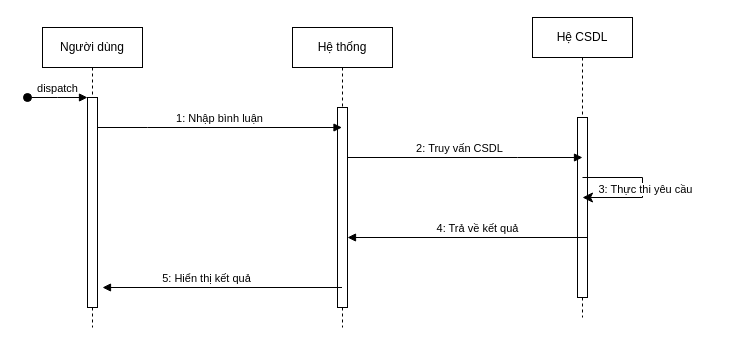
The draw.io diagram page "Bình luận" (3 of 7) of Sequence diagram.drawio in Graphene101102/Mern-app-X, before the edit. Source tidied: cells renumbered, new cells numbered last; positions are measured from the earlier drawing's top-left corner, leaving out a move shared by most shapes. Both pictures are drawn from the tidied source at 100%, with x=0, y=0 at pixel (27, 17).
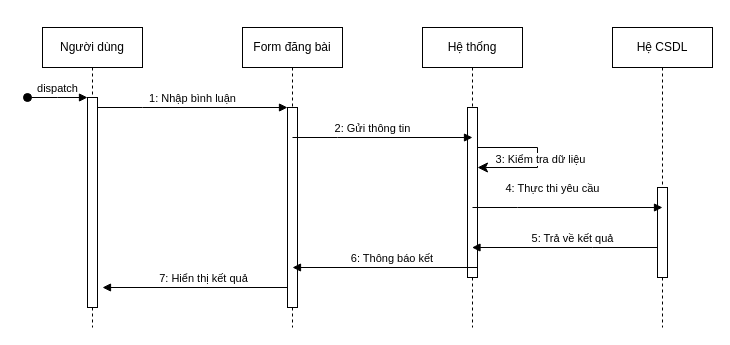
The same diagram, later.

Unchanged cells that the change refers to:
```xml
<mxCell id="3" style="html=1;points=[];perimeter=orthogonalPerimeter;outlineConnect=0;targetShapes=umlLifeline;portConstraint=eastwest;newEdgeStyle={&quot;edgeStyle&quot;:&quot;elbowEdgeStyle&quot;,&quot;elbow&quot;:&quot;vertical&quot;,&quot;curved&quot;:0,&quot;rounded&quot;:0};" parent="2" vertex="1">
  <mxGeometry x="45" y="70" width="10" height="210" as="geometry" />
</mxCell>
```

Diff of the diagram source:
```diff
@@
+    <mxCell id="15" value="Form đăng bài" style="shape=umlLifeline;perimeter=lifelinePerimeter;whiteSpace=wrap;html=1;newEdgeStyle={&quot;edgeStyle&quot;:&quot;elbowEdgeStyle&quot;,&quot;elbow&quot;:&quot;vertical&quot;,&quot;curved&quot;:0,&quot;rounded&quot;:0};" parent="1" vertex="1">
+      <mxGeometry x="215" y="10" width="100" height="300" as="geometry" />
+    </mxCell>
+    <mxCell id="8" style="html=1;points=[];perimeter=orthogonalPerimeter;outlineConnect=0;targetShapes=umlLifeline;portConstraint=eastwest;newEdgeStyle={&quot;edgeStyle&quot;:&quot;elbowEdgeStyle&quot;,&quot;elbow&quot;:&quot;vertical&quot;,&quot;curved&quot;:0,&quot;rounded&quot;:0};" parent="15" vertex="1">
+      <mxGeometry x="45" y="80" width="10" height="200" as="geometry" />
+    </mxCell>
+    <mxCell id="11" value="1: Nhập bình luận" style="html=1;verticalAlign=bottom;endArrow=block;edgeStyle=elbowEdgeStyle;elbow=vertical;curved=0;rounded=0;" parent="1" edge="1" source="3" target="8">
+      <mxGeometry relative="1" as="geometry">
+        <Array as="points">
+          <mxPoint x="115" y="90" />
+        </Array>
+      </mxGeometry>
+    </mxCell>
     <mxCell id="5" value="Hệ CSDL" style="shape=umlLifeline;perimeter=lifelinePerimeter;whiteSpace=wrap;html=1;newEdgeStyle={&quot;edgeStyle&quot;:&quot;elbowEdgeStyle&quot;,&quot;elbow&quot;:&quot;vertical&quot;,&quot;curved&quot;:0,&quot;rounded&quot;:0};" parent="1" vertex="1">
-      <mxGeometry x="505" width="100" height="300" as="geometry" />
+      <mxGeometry x="585" y="10" width="100" height="300" as="geometry" />
     </mxCell>
-    <mxCell id="6" style="html=1;perimeter=orthogonalPerimeter;targetShapes=umlLifeline;newEdgeStyle={&quot;edgeStyle&quot;:&quot;elbowEdgeStyle&quot;,&quot;elbow&quot;:&quot;vertical&quot;,&quot;curved&quot;:0,&quot;rounded&quot;:0};" parent="5" vertex="1">
-      <mxGeometry x="45" y="100" width="10" height="180" as="geometry" />
-    </mxCell>
+    <mxCell id="16" style="html=1;perimeter=orthogonalPerimeter;targetShapes=umlLifeline;newEdgeStyle={&quot;edgeStyle&quot;:&quot;elbowEdgeStyle&quot;,&quot;elbow&quot;:&quot;vertical&quot;,&quot;curved&quot;:0,&quot;rounded&quot;:0};" parent="5" vertex="1">
+      <mxGeometry x="45" y="160" width="10" height="90" as="geometry" />
+    </mxCell>
     <mxCell id="7" value="Hệ thống" style="shape=umlLifeline;perimeter=lifelinePerimeter;whiteSpace=wrap;html=1;outlineConnect=0;portConstraint=eastwest;newEdgeStyle={&quot;edgeStyle&quot;:&quot;elbowEdgeStyle&quot;,&quot;elbow&quot;:&quot;vertical&quot;,&quot;curved&quot;:0,&quot;rounded&quot;:0};" parent="1" vertex="1">
-      <mxGeometry x="265" y="10" width="100" height="300" as="geometry" />
+      <mxGeometry x="395" y="10" width="100" height="300" as="geometry" />
     </mxCell>
-    <mxCell id="8" style="html=1;points=[];perimeter=orthogonalPerimeter;outlineConnect=0;targetShapes=umlLifeline;portConstraint=eastwest;newEdgeStyle={&quot;edgeStyle&quot;:&quot;elbowEdgeStyle&quot;,&quot;elbow&quot;:&quot;vertical&quot;,&quot;curved&quot;:0,&quot;rounded&quot;:0};" parent="7" vertex="1">
-      <mxGeometry x="45" y="80" width="10" height="200" as="geometry" />
-    </mxCell>
-    <mxCell id="9" value="4: Trả về kết quả" style="html=1;verticalAlign=bottom;endArrow=block;edgeStyle=elbowEdgeStyle;elbow=vertical;curved=0;rounded=0;" parent="1" edge="1" target="8">
-      <mxGeometry x="-0.08" relative="1" as="geometry">
-        <mxPoint x="560.5" y="220" as="sourcePoint" />
-        <Array as="points">
-          <mxPoint x="495.5" y="220" />
-        </Array>
-      </mxGeometry>
-    </mxCell>
-    <mxCell id="10" value="5: Hiển thị kết quả" style="html=1;verticalAlign=bottom;endArrow=block;edgeStyle=elbowEdgeStyle;elbow=vertical;curved=0;rounded=0;" parent="1" edge="1" source="7">
-      <mxGeometry x="0.14" relative="1" as="geometry">
-        <mxPoint x="75" y="270" as="targetPoint" />
-        <Array as="points">
-          <mxPoint x="195.5" y="270" />
-        </Array>
-        <mxPoint x="1" as="offset" />
-      </mxGeometry>
-    </mxCell>
-    <mxCell id="11" value="1: Nhập bình luận" style="html=1;verticalAlign=bottom;endArrow=block;edgeStyle=elbowEdgeStyle;elbow=vertical;curved=0;rounded=0;" parent="1" edge="1" target="7">
-      <mxGeometry relative="1" as="geometry">
-        <mxPoint x="70" y="110" as="sourcePoint" />
-        <Array as="points">
-          <mxPoint x="120" y="110" />
-        </Array>
-      </mxGeometry>
-    </mxCell>
-    <mxCell id="12" value="2: Truy vấn CSDL" style="html=1;verticalAlign=bottom;endArrow=block;edgeStyle=elbowEdgeStyle;elbow=vertical;curved=0;rounded=0;" parent="1" edge="1" source="8">
-      <mxGeometry x="-0.05" relative="1" as="geometry">
-        <mxPoint x="555" y="140" as="targetPoint" />
-        <Array as="points">
-          <mxPoint x="490" y="140" />
-        </Array>
-      </mxGeometry>
-    </mxCell>
-    <mxCell id="13" style="edgeStyle=elbowEdgeStyle;elbow=horizontal;endArrow=classic;html=1;curved=0;rounded=0;endSize=8;startSize=8;" parent="1" edge="1">
-      <mxGeometry relative="1" as="geometry">
-        <mxPoint x="555" y="160" as="sourcePoint" />
-        <mxPoint x="555" y="180" as="targetPoint" />
-        <Array as="points">
-          <mxPoint x="615" y="175" />
-        </Array>
-      </mxGeometry>
-    </mxCell>
-    <mxCell id="14" value="3: Thực thi yêu cầu" style="edgeLabel;html=1;align=center;verticalAlign=middle;" parent="13" vertex="1">
-      <mxGeometry x="-0.09" y="2" relative="1" as="geometry">
-        <mxPoint y="7" as="offset" />
-      </mxGeometry>
-    </mxCell>
+    <mxCell id="17" style="html=1;perimeter=orthogonalPerimeter;targetShapes=umlLifeline;newEdgeStyle={&quot;edgeStyle&quot;:&quot;elbowEdgeStyle&quot;,&quot;elbow&quot;:&quot;vertical&quot;,&quot;curved&quot;:0,&quot;rounded&quot;:0};" parent="7" vertex="1">
+      <mxGeometry x="45" y="80" width="10" height="170" as="geometry" />
+    </mxCell>
+    <mxCell id="18" style="edgeStyle=elbowEdgeStyle;elbow=horizontal;endArrow=classic;html=1;curved=0;rounded=0;endSize=8;startSize=8;" parent="7" edge="1">
+      <mxGeometry relative="1" as="geometry">
+        <mxPoint x="55" y="120" as="sourcePoint" />
+        <mxPoint x="55" y="140" as="targetPoint" />
+        <Array as="points">
+          <mxPoint x="115" y="135" />
+        </Array>
+      </mxGeometry>
+    </mxCell>
+    <mxCell id="19" value="3: Kiểm tra dữ liệu" style="edgeLabel;html=1;align=center;verticalAlign=middle;" parent="18" vertex="1">
+      <mxGeometry x="-0.09" y="2" relative="1" as="geometry">
+        <mxPoint y="7" as="offset" />
+      </mxGeometry>
+    </mxCell>
+    <mxCell id="20" value="2: Gửi thông tin" style="html=1;verticalAlign=bottom;endArrow=block;edgeStyle=elbowEdgeStyle;elbow=vertical;curved=0;rounded=0;" parent="1" edge="1">
+      <mxGeometry x="-0.11" relative="1" as="geometry">
+        <mxPoint x="265" y="120" as="sourcePoint" />
+        <mxPoint x="445" y="120" as="targetPoint" />
+        <Array as="points">
+          <mxPoint x="310" y="120" />
+        </Array>
+      </mxGeometry>
+    </mxCell>
+    <mxCell id="21" value="4: Thực thi yêu cầu" style="html=1;verticalAlign=bottom;endArrow=block;edgeStyle=elbowEdgeStyle;elbow=vertical;curved=0;rounded=0;" parent="1" edge="1">
+      <mxGeometry x="-0.16" y="10" relative="1" as="geometry">
+        <mxPoint x="445" y="190" as="sourcePoint" />
+        <mxPoint x="635" y="190" as="targetPoint" />
+        <Array as="points">
+          <mxPoint x="490" y="190" />
+        </Array>
+      </mxGeometry>
+    </mxCell>
+    <mxCell id="22" value="5: Trả về kết quả" style="html=1;verticalAlign=bottom;endArrow=block;edgeStyle=elbowEdgeStyle;elbow=vertical;curved=0;rounded=0;" parent="1" edge="1">
+      <mxGeometry x="-0.08" relative="1" as="geometry">
+        <mxPoint x="630" y="230" as="sourcePoint" />
+        <mxPoint x="444.5" y="230" as="targetPoint" />
+        <Array as="points">
+          <mxPoint x="565" y="230" />
+        </Array>
+      </mxGeometry>
+    </mxCell>
+    <mxCell id="23" value="6: Thông báo kết&amp;nbsp;" style="html=1;verticalAlign=bottom;endArrow=block;edgeStyle=elbowEdgeStyle;elbow=vertical;curved=0;rounded=0;" parent="1" edge="1">
+      <mxGeometry x="-0.08" relative="1" as="geometry">
+        <mxPoint x="450.5" y="250" as="sourcePoint" />
+        <mxPoint x="265" y="250" as="targetPoint" />
+        <Array as="points">
+          <mxPoint x="385.5" y="250" />
+        </Array>
+      </mxGeometry>
+    </mxCell>
+    <mxCell id="24" value="7: Hiển thị kết quả" style="html=1;verticalAlign=bottom;endArrow=block;edgeStyle=elbowEdgeStyle;elbow=vertical;curved=0;rounded=0;" parent="1" edge="1">
+      <mxGeometry x="-0.08" relative="1" as="geometry">
+        <mxPoint x="260.5" y="270" as="sourcePoint" />
+        <mxPoint x="75" y="270" as="targetPoint" />
+        <Array as="points">
+          <mxPoint x="195.5" y="270" />
+        </Array>
+      </mxGeometry>
+    </mxCell>
```
